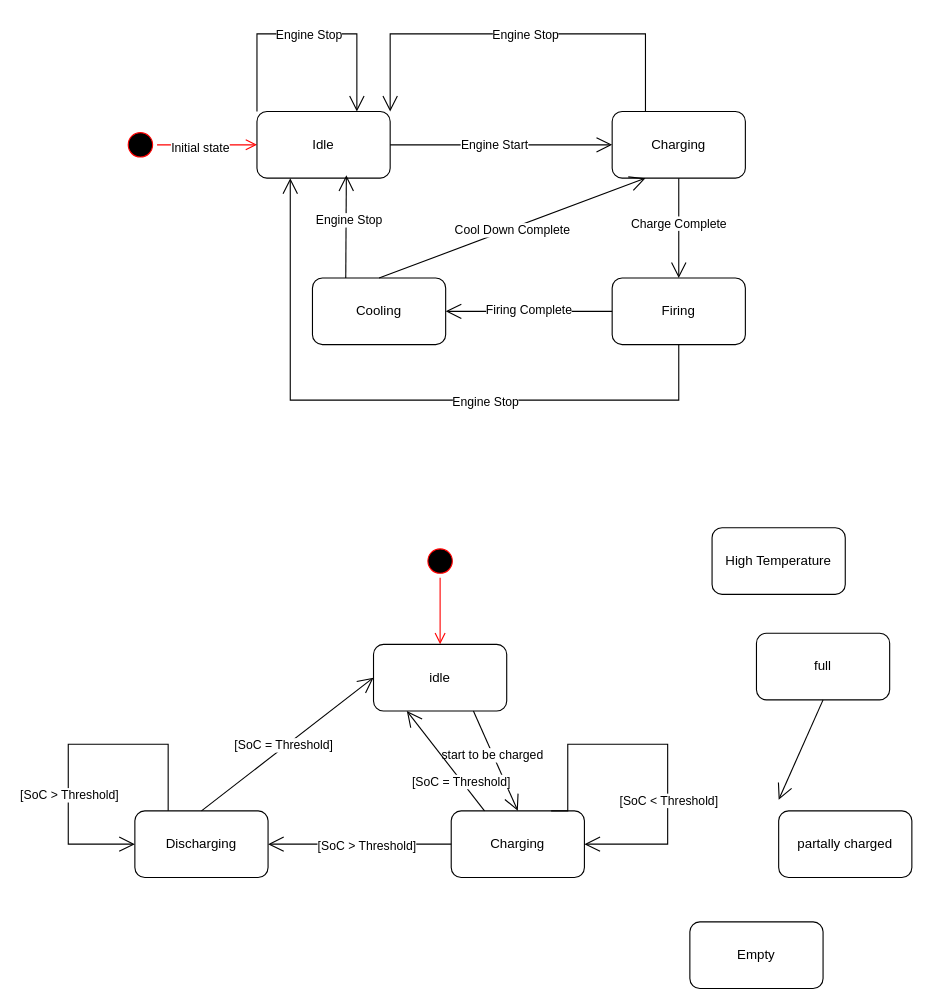
This is passive-charging-v1.drawio from Mohammad-Si/convide-A02-MVE, a draw.io file, before an edit. Source tidied: cells renumbered, new cells numbered last; positions are measured from the earlier drawing's top-left corner, leaving out a move shared by most shapes. Both pictures are drawn from the tidied source at 111%, with x=0, y=0 at pixel (68, 33).
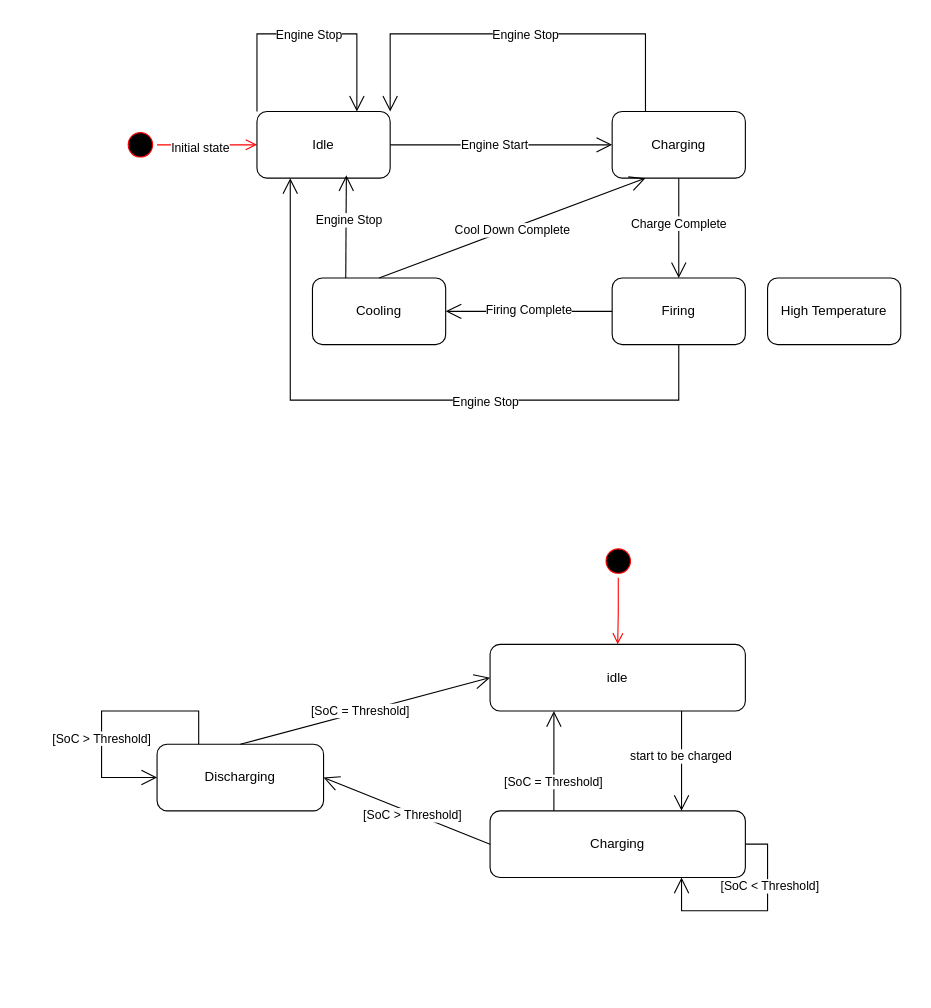
After the change.

Unchanged cells that the change refers to:
```xml
<mxCell id="41" style="endArrow=open;endFill=1;endSize=12;html=1;rounded=0;entryX=1;entryY=0.5;entryDx=0;entryDy=0;exitX=0;exitY=0.5;exitDx=0;exitDy=0;" parent="1" edge="1" source="33" target="40">
  <mxGeometry relative="1" as="geometry" />
</mxCell>
```

What changed in the source:
```diff
@@
-    <mxCell id="25" style="ellipse;html=1;shape=startState;fillColor=#000000;strokeColor=#ff0000;" parent="1" vertex="1">
-      <mxGeometry x="320" y="460" width="30" height="30" as="geometry" />
-    </mxCell>
-    <mxCell id="26" style="edgeStyle=orthogonalEdgeStyle;html=1;verticalAlign=bottom;endArrow=open;endSize=8;strokeColor=#ff0000;rounded=0;" parent="1" edge="1" source="25">
-      <mxGeometry relative="1" as="geometry">
-        <mxPoint x="335" y="550" as="targetPoint" />
-      </mxGeometry>
-    </mxCell>
-    <mxCell id="27" value="full" style="rounded=1;whiteSpace=wrap;html=1;" parent="1" vertex="1">
-      <mxGeometry x="620" y="540" width="120" height="60" as="geometry" />
-    </mxCell>
     <mxCell id="28" value="High Temperature" style="rounded=1;whiteSpace=wrap;html=1;" parent="1" vertex="1">
-      <mxGeometry x="580" y="445" width="120" height="60" as="geometry" />
+      <mxGeometry x="630" y="220" width="120" height="60" as="geometry" />
     </mxCell>
-    <mxCell id="29" value="partally charged" style="rounded=1;whiteSpace=wrap;html=1;" parent="1" vertex="1">
-      <mxGeometry x="640" y="700" width="120" height="60" as="geometry" />
-    </mxCell>
-    <mxCell id="30" value="Empty" style="rounded=1;whiteSpace=wrap;html=1;" parent="1" vertex="1">
-      <mxGeometry x="560" y="800" width="120" height="60" as="geometry" />
-    </mxCell>
-    <mxCell id="31" style="endArrow=open;endFill=1;endSize=12;html=1;rounded=0;exitX=0.5;exitY=1;exitDx=0;exitDy=0;entryX=0.5;entryY=0;entryDx=0;entryDy=0;" parent="1" edge="1" source="27">
-      <mxGeometry relative="1" as="geometry">
-        <mxPoint x="640" y="690" as="targetPoint" />
-      </mxGeometry>
-    </mxCell>
+    <mxCell id="47" style="ellipse;html=1;shape=startState;fillColor=#000000;strokeColor=#ff0000;" parent="1" vertex="1">
+      <mxGeometry x="480.5" y="460" width="30" height="30" as="geometry" />
+    </mxCell>
+    <mxCell id="48" style="edgeStyle=orthogonalEdgeStyle;html=1;verticalAlign=bottom;endArrow=open;endSize=8;strokeColor=#ff0000;rounded=0;entryX=0.5;entryY=0;entryDx=0;entryDy=0;" parent="1" edge="1" source="47" target="32">
+      <mxGeometry relative="1" as="geometry" />
+    </mxCell>
     <mxCell id="32" value="idle" style="rounded=1;whiteSpace=wrap;html=1;" parent="1" vertex="1">
-      <mxGeometry x="275" y="550" width="120" height="60" as="geometry" />
+      <mxGeometry x="380" y="550" width="230" height="60" as="geometry" />
     </mxCell>
     <mxCell id="33" value="Charging" style="rounded=1;whiteSpace=wrap;html=1;" parent="1" vertex="1">
-      <mxGeometry x="345" y="700" width="120" height="60" as="geometry" />
+      <mxGeometry x="380" y="700" width="230" height="60" as="geometry" />
     </mxCell>
-    <mxCell id="34" style="endArrow=open;endFill=1;endSize=12;html=1;rounded=0;entryX=0.5;entryY=0;entryDx=0;entryDy=0;exitX=0.75;exitY=1;exitDx=0;exitDy=0;" parent="1" edge="1" source="32" target="33">
+    <mxCell id="34" style="endArrow=open;endFill=1;endSize=12;html=1;rounded=0;entryX=0.75;entryY=0;entryDx=0;entryDy=0;exitX=0.75;exitY=1;exitDx=0;exitDy=0;" parent="1" edge="1" source="32" target="33">
       <mxGeometry relative="1" as="geometry" />
     </mxCell>
@@
-    <mxCell id="36" style="endArrow=open;endFill=1;endSize=12;html=1;rounded=0;exitX=0.75;exitY=0;exitDx=0;exitDy=0;edgeStyle=orthogonalEdgeStyle;entryX=1;entryY=0.5;entryDx=0;entryDy=0;" parent="1" edge="1" source="33" target="33">
-      <mxGeometry relative="1" as="geometry">
-        <Array as="points">
-          <mxPoint x="450" y="640" />
-          <mxPoint x="540" y="640" />
-          <mxPoint x="540" y="730" />
-        </Array>
-      </mxGeometry>
-    </mxCell>
-    <mxCell id="37" value="[SoC &amp;lt; Threshold]" style="edgeLabel;html=1;align=center;verticalAlign=middle;" parent="36" vertex="1">
-      <mxGeometry x="0.3" relative="1" as="geometry" />
-    </mxCell>
@@
     <mxCell id="40" value="Discharging" style="rounded=1;whiteSpace=wrap;html=1;" parent="1" vertex="1">
-      <mxGeometry x="60" y="700" width="120" height="60" as="geometry" />
+      <mxGeometry x="80" y="640" width="150" height="60" as="geometry" />
     </mxCell>
@@
-    <mxCell id="42" value="[SoC &amp;gt; Threshold]" style="edgeLabel;html=1;align=center;verticalAlign=middle;" parent="41" vertex="1">
-      <mxGeometry x="-0.07" y="1" relative="1" as="geometry" />
-    </mxCell>
+    <mxCell id="49" value="[SoC &amp;gt; Threshold]" style="edgeLabel;html=1;align=center;verticalAlign=middle;" parent="41" vertex="1">
+      <mxGeometry x="-0.07" y="1" relative="1" as="geometry" />
+    </mxCell>
@@
+    <mxCell id="36" style="edgeStyle=orthogonalEdgeStyle;rounded=0;orthogonalLoop=1;jettySize=auto;html=1;exitX=1;exitY=0.5;exitDx=0;exitDy=0;entryX=0.75;entryY=1;entryDx=0;entryDy=0;endArrow=open;endFill=0;endSize=12;" parent="1" edge="1" source="33" target="33">
+      <mxGeometry relative="1" as="geometry">
+        <Array as="points">
+          <mxPoint x="630" y="730" />
+          <mxPoint x="630" y="790" />
+          <mxPoint x="553" y="790" />
+        </Array>
+      </mxGeometry>
+    </mxCell>
+    <mxCell id="37" value="[SoC &amp;lt; Threshold]" style="edgeLabel;html=1;align=center;verticalAlign=middle;" parent="36" vertex="1">
+      <mxGeometry x="-0.39" y="1" relative="1" as="geometry" />
+    </mxCell>
-    <mxCell id="45" style="endArrow=open;endFill=1;endSize=12;html=1;rounded=0;exitX=0.25;exitY=0;exitDx=0;exitDy=0;entryX=0;entryY=0.5;entryDx=0;entryDy=0;" parent="1" edge="1" source="40" target="40">
+    <mxCell id="45" style="edgeStyle=orthogonalEdgeStyle;rounded=0;orthogonalLoop=1;jettySize=auto;html=1;exitX=0.25;exitY=0;exitDx=0;exitDy=0;entryX=0;entryY=0.5;entryDx=0;entryDy=0;endArrow=open;endFill=0;endSize=12;" parent="1" edge="1" source="40" target="40">
       <mxGeometry relative="1" as="geometry">
         <Array as="points">
-          <mxPoint x="90" y="640" />
-          <mxPoint y="640" />
-          <mxPoint y="730" />
+          <mxPoint x="118" y="610" />
+          <mxPoint x="30" y="610" />
+          <mxPoint x="30" y="670" />
         </Array>
       </mxGeometry>
     </mxCell>
-    <mxCell id="46" value="[SoC &amp;gt; Threshold]" style="edgeLabel;html=1;align=center;verticalAlign=middle;" parent="45" vertex="1">
-      <mxGeometry x="0.3" relative="1" as="geometry" />
-    </mxCell>
+    <mxCell id="50" value="[SoC &amp;gt; Threshold]" style="edgeLabel;html=1;align=center;verticalAlign=middle;" parent="45" vertex="1">
+      <mxGeometry x="0.25" y="-1" relative="1" as="geometry" />
+    </mxCell>
```
